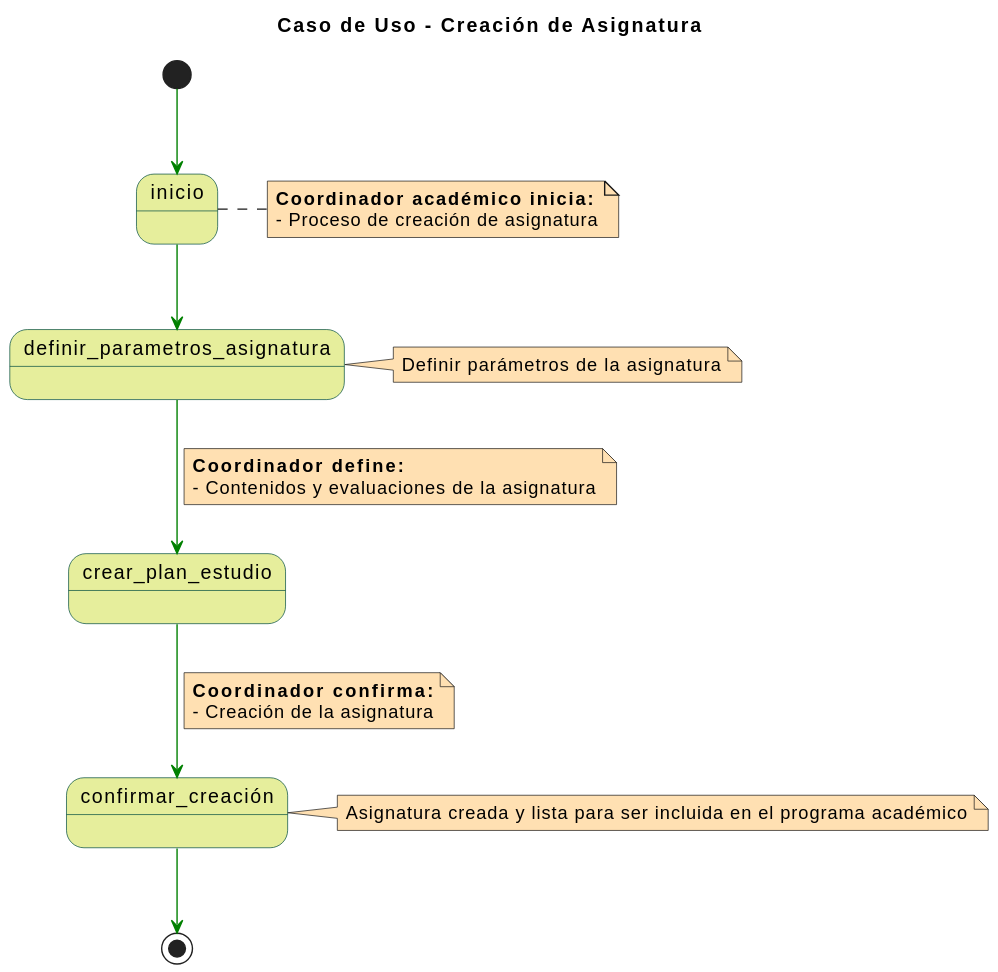
Before: imagenes/Casos de Uso/Detalle de Creación de asignatura.svg, a diagram exported from PlantUML (mmasias/23-24-IdSw1-SDR).
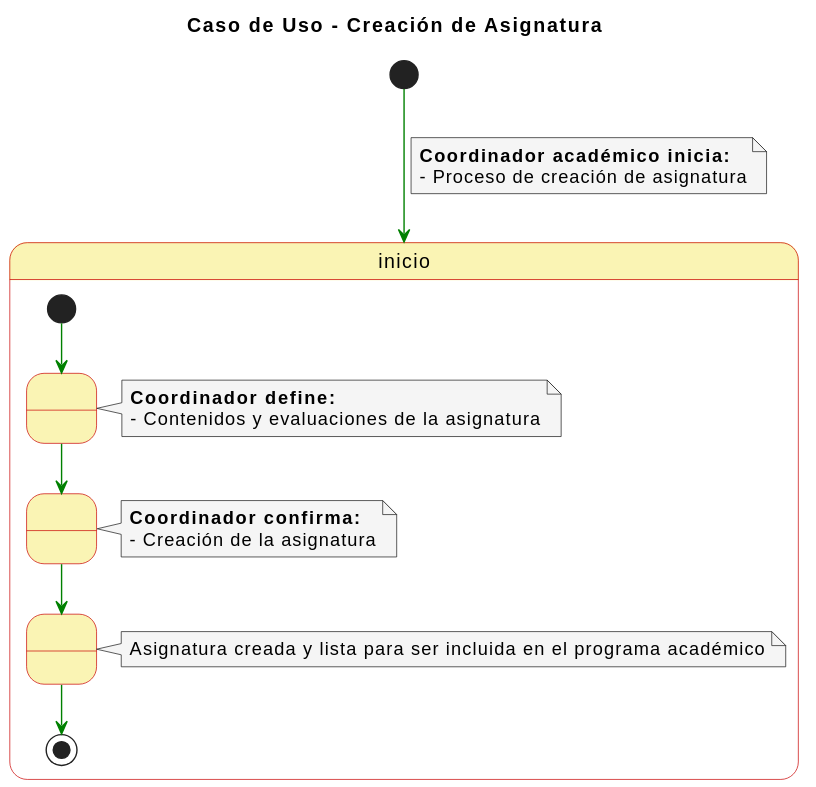
The same diagram one commit later.

Diff of the diagram source:
```diff
@@ -1,11 +1,11 @@
 @startuml
 skinparam state {
-  BackgroundColor #e6ee9c
-  BorderColor #004d40
+  BackgroundColor #faf4b4
+  BorderColor #c90000
 }
 
 skinparam note {
-  BackgroundColor #ffe0b2
+  BackgroundColor #f5f5f5
 }
 
 skinparam linetype polyline
@@ -13,30 +13,30 @@
 title Caso de Uso - Creación de Asignatura
 
 [*] -[#green]-> inicio
-note right of inicio
+note on link
   **Coordinador académico inicia:**
   - Proceso de creación de asignatura
 end note
 
-inicio -[#green]-> definir_parametros_asignatura
-note right of definir_parametros_asignatura
-  Definir parámetros de la asignatura
-end note
+state inicio {
+  state " " as state1
+  state " " as state2
+  state " " as state3
 
-definir_parametros_asignatura -[#green]-> crear_plan_estudio
-note on link
-  **Coordinador define:**
-  - Contenidos y evaluaciones de la asignatura
-end note
-
-crear_plan_estudio -[#green]-> confirmar_creación
-note on link
-  **Coordinador confirma:**
-  - Creación de la asignatura
-end note
-
-confirmar_creación -[#green]-> [*]
-note right of confirmar_creación
-  Asignatura creada y lista para ser incluida en el programa académico
-end note
+  [*] -[#green]-> state1
+  note right of state1
+    **Coordinador define:**
+    - Contenidos y evaluaciones de la asignatura
+  end note
+  state1 -[#green]-> state2
+  note right of state2
+    **Coordinador confirma:**
+    - Creación de la asignatura
+  end note
+  state2 -[#green]-> state3
+  note right of state3
+    Asignatura creada y lista para ser incluida en el programa académico
+  end note
+  state3 -[#green]-> [*]
+}
 @enduml
```
